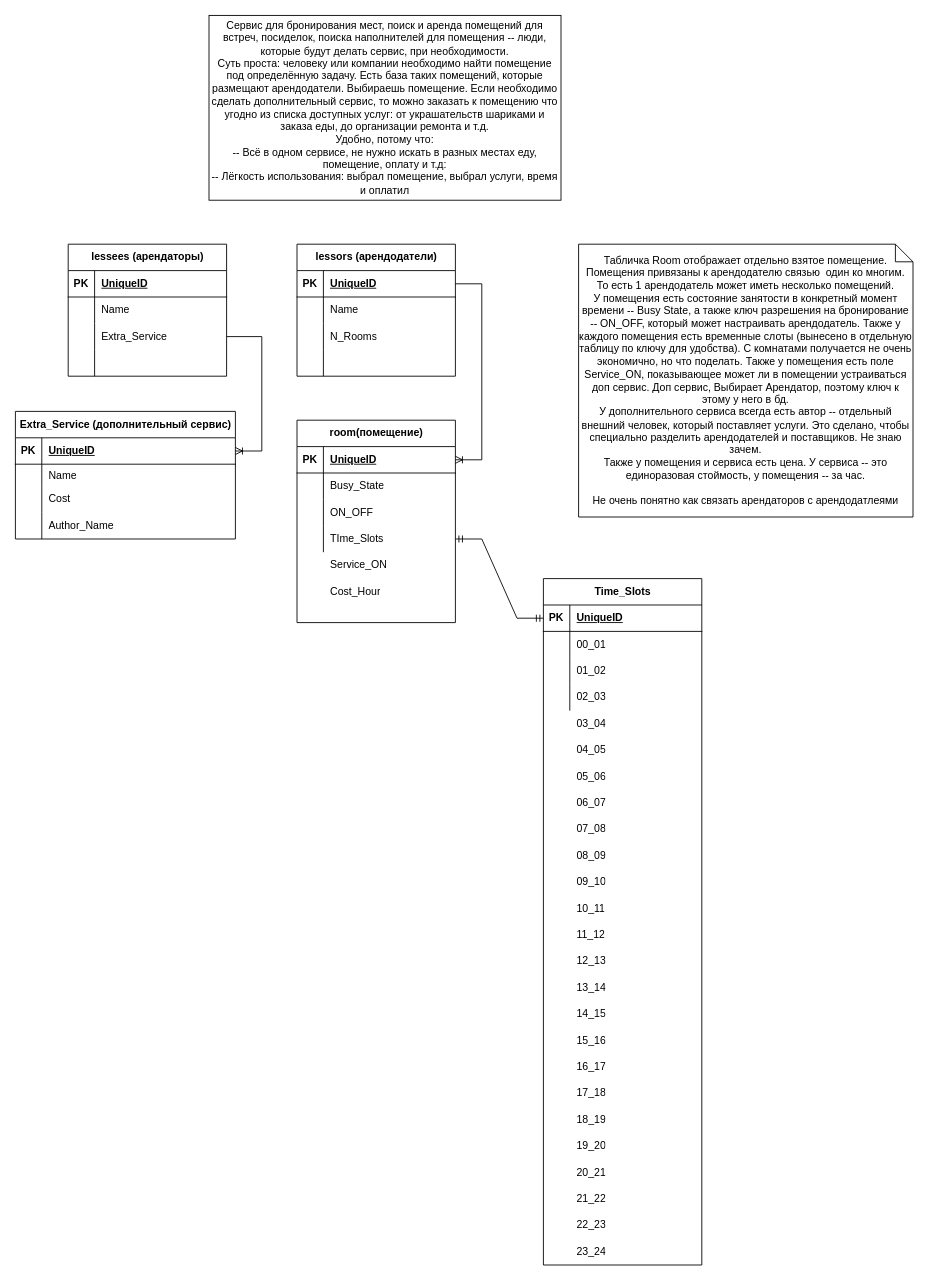
Earlier version of the draw.io diagram Диаграмма без названия.drawio (wsur/reserve_io). Source tidied: cells renumbered, new cells numbered last; positions are measured from the earlier drawing's top-left corner, leaving out a move shared by most shapes. Both pictures are drawn from the tidied source at 88%, with x=0, y=0 at pixel (-82, 15).
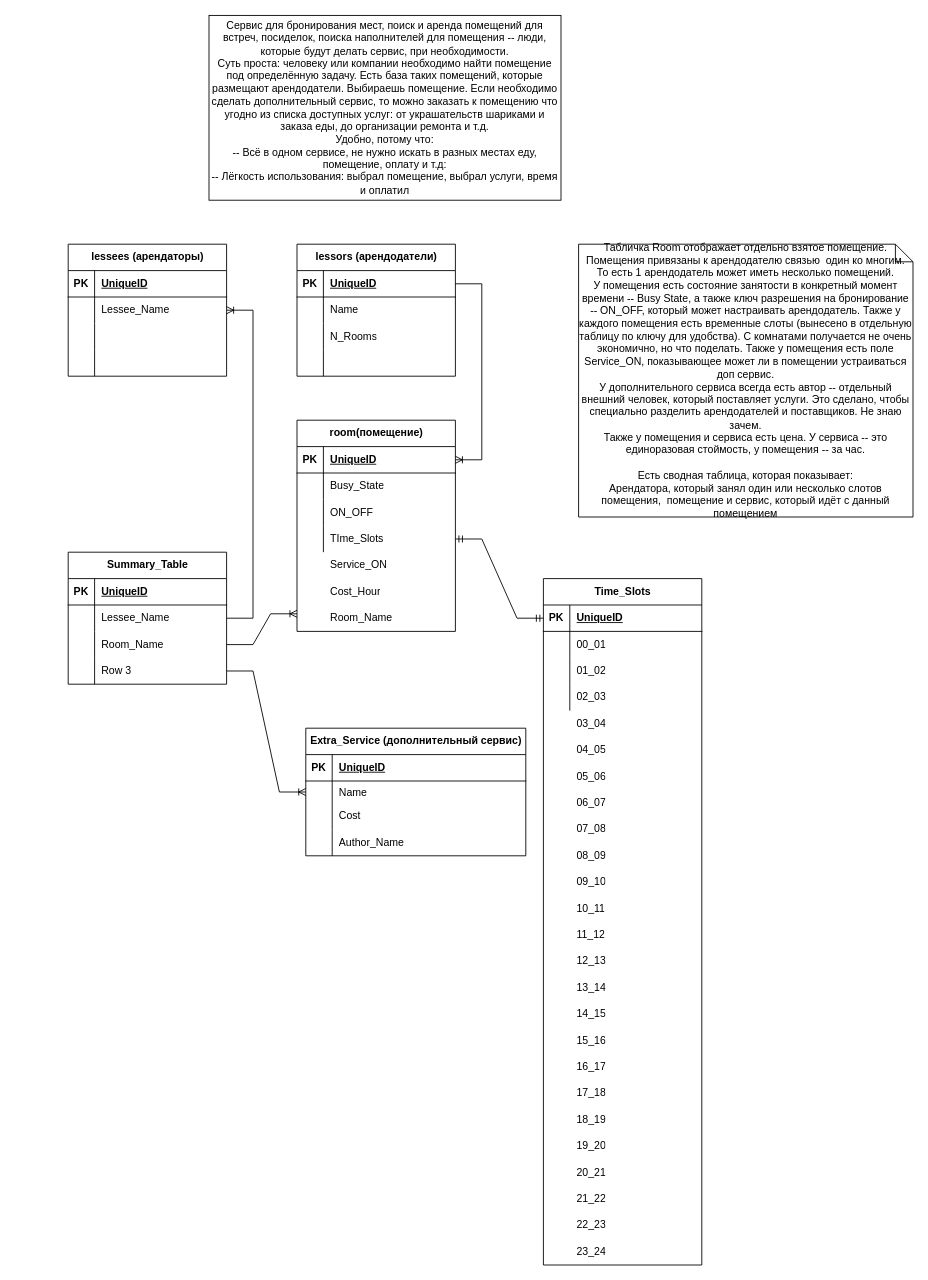
Above is the later version.

The change refers to these unchanged cells:
```xml
<mxCell id="7" style="shape=tableRow;horizontal=0;startSize=0;swimlaneHead=0;swimlaneBody=0;fillColor=none;points=[[0,0.5],[1,0.5]];portConstraint=eastwest;top=0;left=0;right=0;bottom=0;" parent="3" vertex="1">
  <mxGeometry y="60" width="180" height="30" as="geometry" />
</mxCell>
<mxCell id="10" style="shape=tableRow;horizontal=0;startSize=0;swimlaneHead=0;swimlaneBody=0;fillColor=none;points=[[0,0.5],[1,0.5]];portConstraint=eastwest;top=0;left=0;right=0;bottom=0;" parent="3" vertex="1">
  <mxGeometry y="90" width="180" height="30" as="geometry" />
</mxCell>
<mxCell id="104" style="shape=tableRow;horizontal=0;startSize=0;swimlaneHead=0;swimlaneBody=0;fillColor=none;points=[[0,0.5],[1,0.5]];portConstraint=eastwest;top=0;left=0;right=0;bottom=1;" parent="103" vertex="1">
  <mxGeometry y="30" width="250" height="30" as="geometry" />
</mxCell>
<mxCell id="107" style="shape=tableRow;horizontal=0;startSize=0;swimlaneHead=0;swimlaneBody=0;fillColor=none;points=[[0,0.5],[1,0.5]];portConstraint=eastwest;top=0;left=0;right=0;bottom=0;" parent="103" vertex="1">
  <mxGeometry y="60" width="250" height="25" as="geometry" />
</mxCell>
```

Diff of the diagram source:
```diff
@@
-    <mxCell id="9" value="Name" style="shape=partialRectangle;fillColor=none;top=0;left=0;bottom=0;right=0;align=left;spacingLeft=6;overflow=hidden;whiteSpace=wrap;html=1;" parent="7" vertex="1">
+    <mxCell id="9" value="Lessee_Name" style="shape=partialRectangle;fillColor=none;top=0;left=0;bottom=0;right=0;align=left;spacingLeft=6;overflow=hidden;whiteSpace=wrap;html=1;" parent="7" vertex="1">
       <mxGeometry x="30" width="150" height="30" as="geometry" />
     </mxCell>
@@
-    <mxCell id="12" value="Extra_Service" style="shape=partialRectangle;fillColor=none;top=0;left=0;bottom=0;right=0;align=left;spacingLeft=6;overflow=hidden;whiteSpace=wrap;html=1;" parent="10" vertex="1">
+    <mxCell id="12" style="shape=partialRectangle;fillColor=none;top=0;left=0;bottom=0;right=0;align=left;spacingLeft=6;overflow=hidden;whiteSpace=wrap;html=1;" parent="10" vertex="1">
       <mxGeometry x="30" width="150" height="30" as="geometry" />
     </mxCell>
@@
     <mxCell id="29" value="room(помещение)" style="shape=table;startSize=30;childLayout=tableLayout;rowLines=0;fontStyle=1;align=center;html=1;" parent="1" vertex="1">
-      <mxGeometry x="430" y="460" width="180" height="230" as="geometry" />
+      <mxGeometry x="430" y="460" width="180" height="240" as="geometry" />
     </mxCell>
@@
-    <mxCell id="42" value="Табличка Room отображает отдельно взятое помещение.&lt;br&gt;Помещения привязаны к арендодателю связью&amp;nbsp; один ко многим. То есть 1 арендодатель может иметь несколько помещений.&lt;br&gt;У помещения есть состояние занятости в конкретный момент времени -- Busy State, а также ключ разрешения на бронирование -- ON_OFF, который может настраивать арендодатель. Также у каждого помещения есть временные слоты (вынесено в отдельную таблицу по ключу для удобства). С комнатами получается не очень экономично, но что поделать. Также у помещения есть поле Service_ON, показывающее может ли в помещении устраиваться доп сервис. Доп сервис, Выбирает Арендатор, поэтому ключ к этому у него в бд.&lt;br&gt;У дополнительного сервиса всегда есть автор -- отдельный внешний человек, который поставляет услуги. Это сделано, чтобы специально разделить арендодателей и поставщиков. Не знаю зачем.&lt;br&gt;Также у помещения и сервиса есть цена. У сервиса -- это единоразовая стоймость, у помещения -- за час.&lt;br&gt;&lt;br&gt;Не очень понятно как связать арендаторов с арендодатлеями" style="shape=note;size=20;whiteSpace=wrap;html=1;" parent="1" vertex="1">
+    <mxCell id="42" value="Табличка Room отображает отдельно взятое помещение.&lt;br&gt;Помещения привязаны к арендодателю связью&amp;nbsp; один ко многим. То есть 1 арендодатель может иметь несколько помещений.&lt;br&gt;У помещения есть состояние занятости в конкретный момент времени -- Busy State, а также ключ разрешения на бронирование -- ON_OFF, который может настраивать арендодатель. Также у каждого помещения есть временные слоты (вынесено в отдельную таблицу по ключу для удобства). С комнатами получается не очень экономично, но что поделать. Также у помещения есть поле Service_ON, показывающее может ли в помещении устраиваться доп сервис.&lt;br&gt;У дополнительного сервиса всегда есть автор -- отдельный внешний человек, который поставляет услуги. Это сделано, чтобы специально разделить арендодателей и поставщиков. Не знаю зачем.&lt;br&gt;Также у помещения и сервиса есть цена. У сервиса -- это единоразовая стоймость, у помещения -- за час.&lt;br&gt;&lt;br&gt;Есть сводная таблица, которая показывает:&lt;br&gt;Арендатора, который занял один или несколько слотов помещения,&amp;nbsp; помещение и сервис, который идёт с данный помещением" style="shape=note;size=20;whiteSpace=wrap;html=1;" parent="1" vertex="1">
       <mxGeometry x="750" y="260" width="380" height="310" as="geometry" />
     </mxCell>
@@
     <mxCell id="103" value="Extra_Service (дополнительный сервис)" style="shape=table;startSize=30;childLayout=tableLayout;rowLines=0;fontStyle=1;align=center;html=1;" parent="1" vertex="1">
-      <mxGeometry x="110" y="450" width="250" height="145" as="geometry" />
+      <mxGeometry x="440" y="810" width="250" height="145" as="geometry" />
     </mxCell>
@@
-    <mxCell id="116" style="edgeStyle=entityRelationEdgeStyle;fontSize=12;html=1;endArrow=ERoneToMany;rounded=0;exitX=1;exitY=0.5;exitDx=0;exitDy=0;" parent="1" edge="1" source="10" target="104">
-      <mxGeometry relative="1" as="geometry">
-        <Array as="points">
-          <mxPoint y="690" />
-          <mxPoint y="690" />
-          <mxPoint x="360" y="490" />
-          <mxPoint x="420" y="510" />
-          <mxPoint x="370" y="735" />
-          <mxPoint x="380" y="480" />
-          <mxPoint x="20" y="690" />
-        </Array>
-      </mxGeometry>
-    </mxCell>
@@
+    <mxCell id="119" style="shape=partialRectangle;fillColor=none;top=0;left=0;bottom=0;right=0;overflow=hidden;whiteSpace=wrap;html=1;" parent="1" vertex="1">
+      <mxGeometry x="430" y="670" width="30" height="30" as="geometry" />
+    </mxCell>
+    <mxCell id="120" value="Room_Name" style="shape=partialRectangle;fillColor=none;top=0;left=0;bottom=0;right=0;align=left;spacingLeft=6;overflow=hidden;whiteSpace=wrap;html=1;" parent="1" vertex="1">
+      <mxGeometry x="460" y="670" width="150" height="30" as="geometry" />
+    </mxCell>
+    <mxCell id="121" value="Summary_Table" style="shape=table;startSize=30;childLayout=tableLayout;rowLines=0;fontStyle=1;align=center;html=1;" parent="1" vertex="1">
+      <mxGeometry x="170" y="610" width="180" height="150" as="geometry" />
+    </mxCell>
+    <mxCell id="122" style="shape=tableRow;horizontal=0;startSize=0;swimlaneHead=0;swimlaneBody=0;fillColor=none;top=0;left=0;right=0;bottom=1;" parent="121" vertex="1">
+      <mxGeometry y="30" width="180" height="30" as="geometry" />
+    </mxCell>
+    <mxCell id="123" value="PK" style="shape=partialRectangle;fillColor=none;top=0;left=0;bottom=0;right=0;fontStyle=1;overflow=hidden;whiteSpace=wrap;html=1;" parent="122" vertex="1">
+      <mxGeometry width="30" height="30" as="geometry" />
+    </mxCell>
+    <mxCell id="124" value="UniqueID" style="shape=partialRectangle;fillColor=none;top=0;left=0;bottom=0;right=0;align=left;spacingLeft=6;fontStyle=5;overflow=hidden;whiteSpace=wrap;html=1;" parent="122" vertex="1">
+      <mxGeometry x="30" width="150" height="30" as="geometry" />
+    </mxCell>
+    <mxCell id="125" style="shape=tableRow;horizontal=0;startSize=0;swimlaneHead=0;swimlaneBody=0;fillColor=none;points=[[0,0.5],[1,0.5]];portConstraint=eastwest;top=0;left=0;right=0;bottom=0;" parent="121" vertex="1">
+      <mxGeometry y="60" width="180" height="30" as="geometry" />
+    </mxCell>
+    <mxCell id="126" style="shape=partialRectangle;fillColor=none;top=0;left=0;bottom=0;right=0;overflow=hidden;whiteSpace=wrap;html=1;" parent="125" vertex="1">
+      <mxGeometry width="30" height="30" as="geometry" />
+    </mxCell>
+    <mxCell id="127" value="Lessee_Name" style="shape=partialRectangle;fillColor=none;top=0;left=0;bottom=0;right=0;align=left;spacingLeft=6;overflow=hidden;whiteSpace=wrap;html=1;" parent="125" vertex="1">
+      <mxGeometry x="30" width="150" height="30" as="geometry" />
+    </mxCell>
+    <mxCell id="128" style="shape=tableRow;horizontal=0;startSize=0;swimlaneHead=0;swimlaneBody=0;fillColor=none;points=[[0,0.5],[1,0.5]];portConstraint=eastwest;top=0;left=0;right=0;bottom=0;" parent="121" vertex="1">
+      <mxGeometry y="90" width="180" height="30" as="geometry" />
+    </mxCell>
+    <mxCell id="129" style="shape=partialRectangle;fillColor=none;top=0;left=0;bottom=0;right=0;overflow=hidden;whiteSpace=wrap;html=1;" parent="128" vertex="1">
+      <mxGeometry width="30" height="30" as="geometry" />
+    </mxCell>
+    <mxCell id="130" value="Room_Name" style="shape=partialRectangle;fillColor=none;top=0;left=0;bottom=0;right=0;align=left;spacingLeft=6;overflow=hidden;whiteSpace=wrap;html=1;" parent="128" vertex="1">
+      <mxGeometry x="30" width="150" height="30" as="geometry" />
+    </mxCell>
+    <mxCell id="131" style="shape=tableRow;horizontal=0;startSize=0;swimlaneHead=0;swimlaneBody=0;fillColor=none;points=[[0,0.5],[1,0.5]];portConstraint=eastwest;top=0;left=0;right=0;bottom=0;" parent="121" vertex="1">
+      <mxGeometry y="120" width="180" height="30" as="geometry" />
+    </mxCell>
+    <mxCell id="132" style="shape=partialRectangle;fillColor=none;top=0;left=0;bottom=0;right=0;overflow=hidden;whiteSpace=wrap;html=1;" parent="131" vertex="1">
+      <mxGeometry width="30" height="30" as="geometry" />
+    </mxCell>
+    <mxCell id="133" value="Row 3" style="shape=partialRectangle;fillColor=none;top=0;left=0;bottom=0;right=0;align=left;spacingLeft=6;overflow=hidden;whiteSpace=wrap;html=1;" parent="131" vertex="1">
+      <mxGeometry x="30" width="150" height="30" as="geometry" />
+    </mxCell>
+    <mxCell id="134" style="edgeStyle=entityRelationEdgeStyle;fontSize=12;html=1;endArrow=ERoneToMany;rounded=0;entryX=1;entryY=0.5;entryDx=0;entryDy=0;" parent="1" edge="1" source="125" target="7">
+      <mxGeometry relative="1" as="geometry" />
+    </mxCell>
+    <mxCell id="135" style="edgeStyle=entityRelationEdgeStyle;fontSize=12;html=1;endArrow=ERoneToMany;rounded=0;entryX=0;entryY=0.5;entryDx=0;entryDy=0;exitX=1;exitY=0.5;exitDx=0;exitDy=0;" parent="1" edge="1" source="131" target="107">
+      <mxGeometry relative="1" as="geometry">
+        <Array as="points">
+          <mxPoint x="350" y="750" />
+        </Array>
+      </mxGeometry>
+    </mxCell>
+    <mxCell id="136" style="edgeStyle=entityRelationEdgeStyle;fontSize=12;html=1;endArrow=ERoneToMany;rounded=0;exitX=1;exitY=0.5;exitDx=0;exitDy=0;" parent="1" edge="1" source="128">
+      <mxGeometry relative="1" as="geometry">
+        <mxPoint x="430" y="680" as="targetPoint" />
+      </mxGeometry>
+    </mxCell>
```
